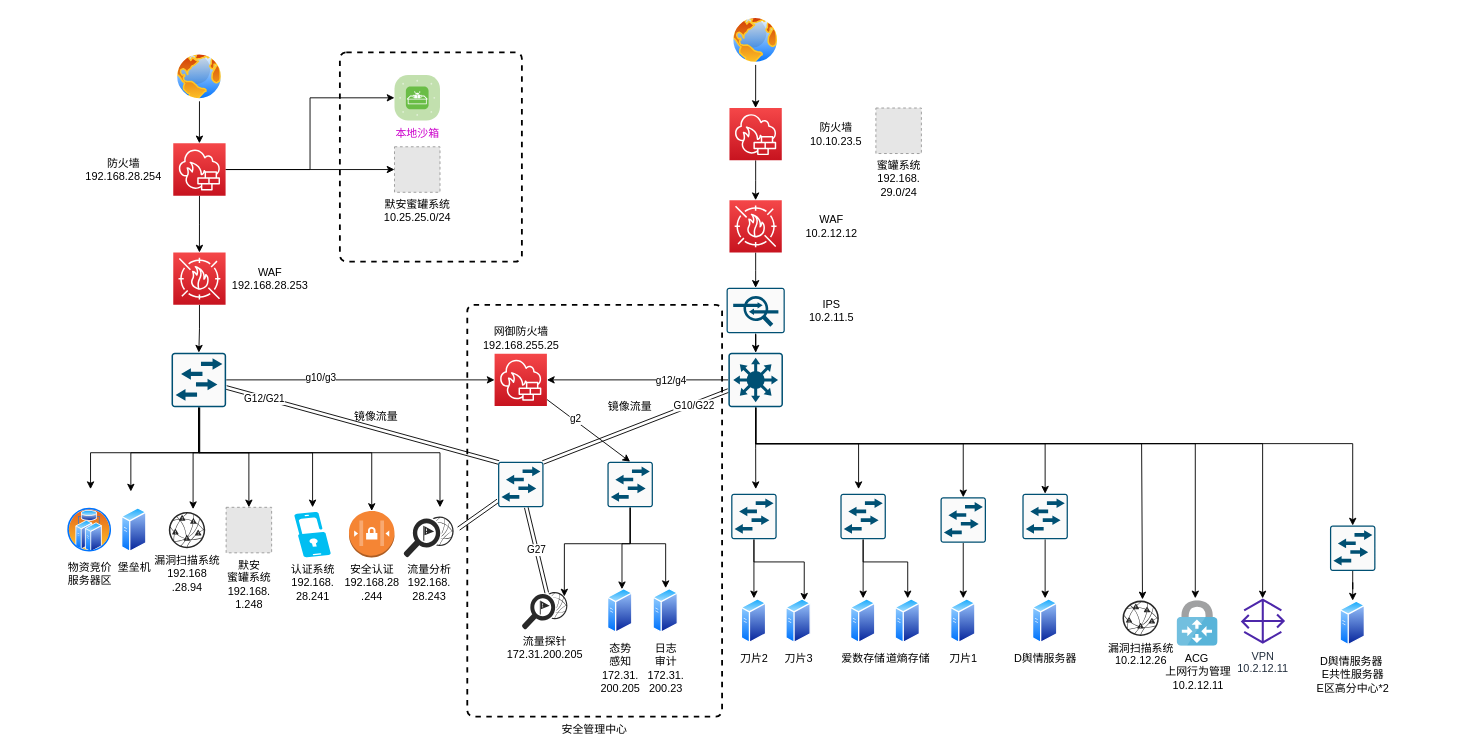
This is 未命名绘图.drawio from binbyte/drawio, a draw.io file, before an edit. Source tidied: cells renumbered, new cells numbered last; positions are measured from the earlier drawing's top-left corner, leaving out a move shared by most shapes. Both pictures are drawn from the tidied source at 91%, with x=0, y=0 at pixel (66, 15). Pictures stored in the file or linked from it are replaced by grey dashed boxes.
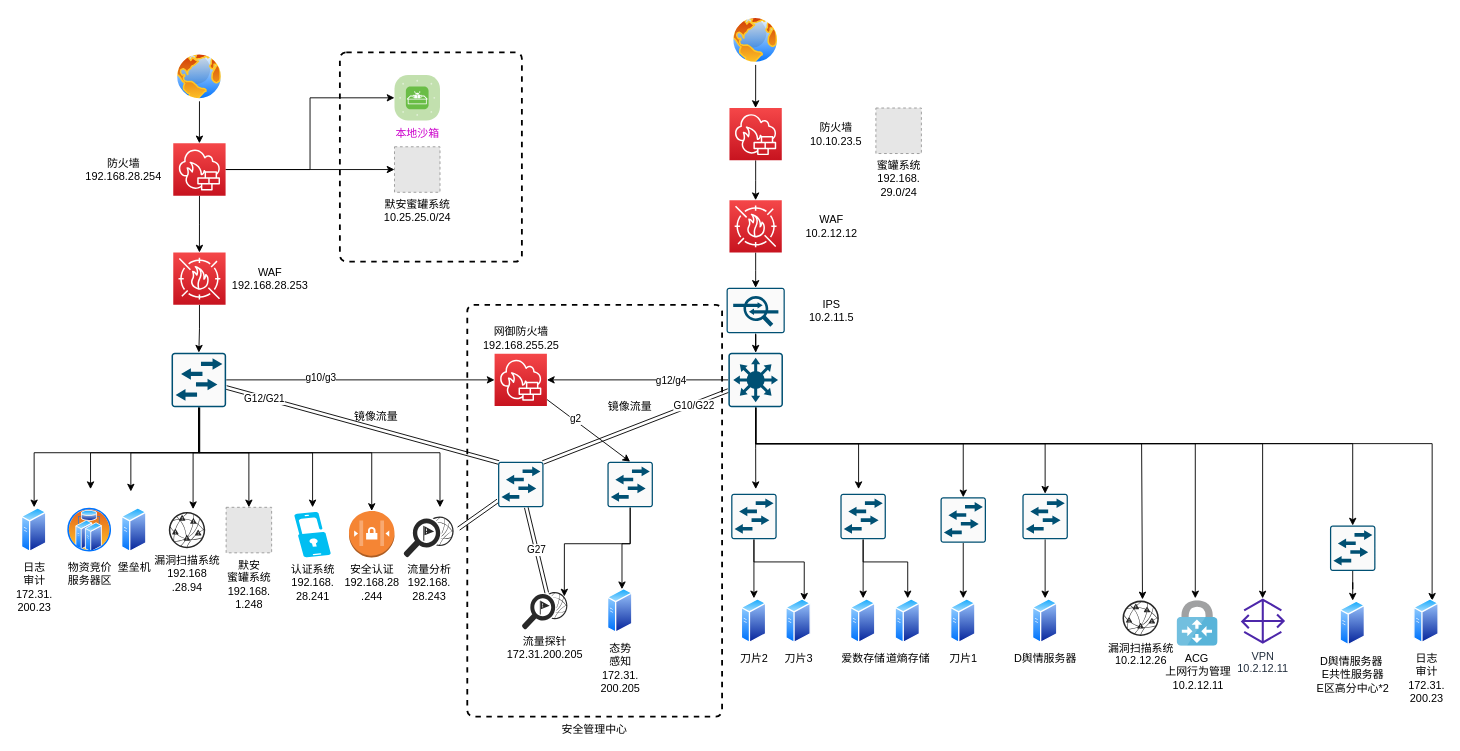
The same page after the edit.

Commit message:
更新未命名绘图.drawio

The change refers to these unchanged cells:
```xml
<mxCell id="25" style="sketch=0;points=[[0.015,0.015,0],[0.985,0.015,0],[0.985,0.985,0],[0.015,0.985,0],[0.25,0,0],[0.5,0,0],[0.75,0,0],[1,0.25,0],[1,0.5,0],[1,0.75,0],[0.75,1,0],[0.5,1,0],[0.25,1,0],[0,0.75,0],[0,0.5,0],[0,0.25,0]];verticalLabelPosition=bottom;html=1;verticalAlign=top;align=center;shape=mxgraph.cisco19.rect;prIcon=l2_switch;fillColor=#FAFAFA;strokeColor=#005073;" parent="1" vertex="1">
  <mxGeometry x="115" y="370" width="60" height="60" as="geometry" />
</mxCell>
<mxCell id="47" style="sketch=0;points=[[0.015,0.015,0],[0.985,0.015,0],[0.985,0.985,0],[0.015,0.985,0],[0.25,0,0],[0.5,0,0],[0.75,0,0],[1,0.25,0],[1,0.5,0],[1,0.75,0],[0.75,1,0],[0.5,1,0],[0.25,1,0],[0,0.75,0],[0,0.5,0],[0,0.25,0]];verticalLabelPosition=bottom;html=1;verticalAlign=top;align=center;shape=mxgraph.cisco19.rect;prIcon=l3_switch;fillColor=#FAFAFA;strokeColor=#005073;dashed=1;" parent="1" vertex="1">
  <mxGeometry x="726.9" y="370" width="60" height="60" as="geometry" />
</mxCell>
<mxCell id="76" style="sketch=0;points=[[0.015,0.015,0],[0.985,0.015,0],[0.985,0.985,0],[0.015,0.985,0],[0.25,0,0],[0.5,0,0],[0.75,0,0],[1,0.25,0],[1,0.5,0],[1,0.75,0],[0.75,1,0],[0.5,1,0],[0.25,1,0],[0,0.75,0],[0,0.5,0],[0,0.25,0]];verticalLabelPosition=bottom;html=1;verticalAlign=top;align=center;shape=mxgraph.cisco19.rect;prIcon=l2_switch;fillColor=#FAFAFA;strokeColor=#005073;dashed=1;" parent="1" vertex="1">
  <mxGeometry x="594" y="490" width="50" height="50" as="geometry" />
</mxCell>
```

Change to the diagram source:
```diff
@@
+    <mxCell id="98" style="edgeStyle=orthogonalEdgeStyle;rounded=0;jettySize=auto;html=1;entryX=0.5;entryY=0;entryDx=0;entryDy=0;" parent="1" edge="1" source="25" target="100">
+      <mxGeometry relative="1" as="geometry">
+        <Array as="points">
+          <mxPoint x="145" y="480" />
+          <mxPoint x="-36" y="480" />
+        </Array>
+      </mxGeometry>
+    </mxCell>
@@
+    <mxCell id="99" style="edgeStyle=orthogonalEdgeStyle;rounded=0;jettySize=auto;html=1;entryX=0.75;entryY=0;entryDx=0;entryDy=0;" parent="1" edge="1" source="47" target="101">
+      <mxGeometry relative="1" as="geometry">
+        <Array as="points">
+          <mxPoint x="757" y="470" />
+          <mxPoint x="1500" y="470" />
+        </Array>
+      </mxGeometry>
+    </mxCell>
@@
-    <mxCell id="74" style="edgeStyle=orthogonalEdgeStyle;rounded=0;jettySize=auto;html=1;entryX=0.5;entryY=0;entryDx=0;entryDy=0;" parent="1" edge="1" source="76" target="80">
-      <mxGeometry relative="1" as="geometry">
-        <Array as="points">
-          <mxPoint x="619" y="580" />
-          <mxPoint x="658" y="580" />
-        </Array>
-      </mxGeometry>
-    </mxCell>
@@
-    <mxCell id="80" value="日志&lt;br&gt;审计&lt;br&gt;172.31.&lt;br&gt;200.23" style="perimeter=ellipsePerimeter;html=1;align=center;shadow=0;dashed=0;spacingTop=3;image;image=img/lib/active_directory/generic_server.svg;" parent="1" vertex="1">
-      <mxGeometry x="644" y="628.8" width="28" height="50" as="geometry" />
-    </mxCell>
@@
+    <mxCell id="100" value="日志&lt;br&gt;审计&lt;br&gt;172.31.&lt;br&gt;200.23" style="perimeter=ellipsePerimeter;html=1;align=center;shadow=0;dashed=0;spacingTop=3;image;image=img/lib/active_directory/generic_server.svg;" parent="1" vertex="1">
+      <mxGeometry x="-50" y="540" width="28" height="50" as="geometry" />
+    </mxCell>
+    <mxCell id="101" value="日志&lt;br&gt;审计&lt;br&gt;172.31.&lt;br&gt;200.23" style="perimeter=ellipsePerimeter;html=1;align=center;shadow=0;dashed=0;spacingTop=3;image;image=img/lib/active_directory/generic_server.svg;" parent="1" vertex="1">
+      <mxGeometry x="1480" y="640" width="28" height="50" as="geometry" />
+    </mxCell>
```
